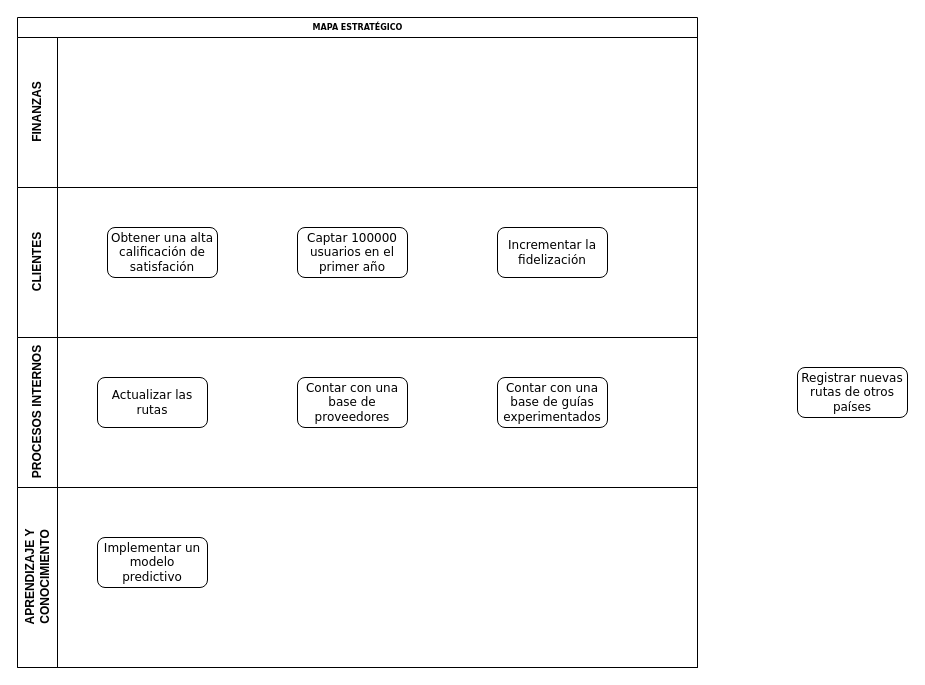
Earlier version of the draw.io diagram CMI.drawio (paulchicaiza/tics). Source tidied: cells renumbered, new cells numbered last; positions are measured from the earlier drawing's top-left corner, leaving out a move shared by most shapes. Both pictures are drawn from the tidied source at 100%, with x=0, y=0 at pixel (17, 17).
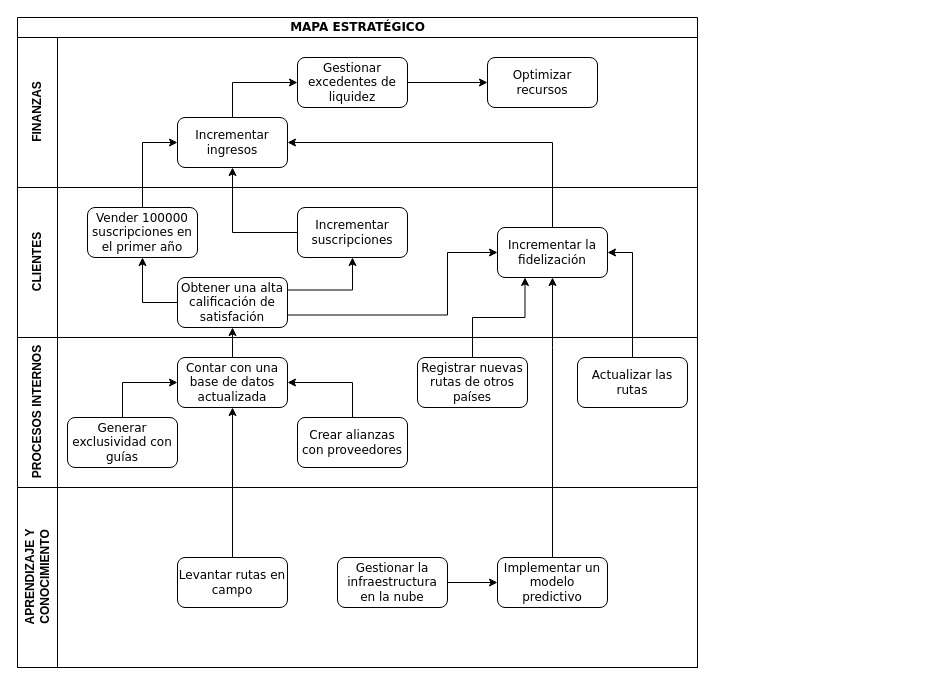
Above is the later version.

Unchanged cells that the change refers to:
```xml
<mxCell id="3" value="&lt;div&gt;FINANZAS&lt;/div&gt;" style="swimlane;html=1;startSize=40;horizontal=0;" parent="2" vertex="1">
  <mxGeometry y="20" width="680" height="150" as="geometry" />
</mxCell>
<mxCell id="4" value="CLIENTES" style="swimlane;html=1;startSize=40;horizontal=0;" parent="2" vertex="1">
  <mxGeometry y="170" width="680" height="150" as="geometry" />
</mxCell>
<mxCell id="8" value="PROCESOS INTERNOS" style="swimlane;html=1;startSize=40;horizontal=0;" parent="2" vertex="1">
  <mxGeometry y="320" width="680" height="150" as="geometry" />
</mxCell>
<mxCell id="12" value="&lt;div&gt;APRENDIZAJE Y &lt;br&gt;&lt;/div&gt;&lt;div&gt;CONOCIMIENTO&lt;/div&gt;" style="swimlane;html=1;startSize=40;horizontal=0;" parent="2" vertex="1">
  <mxGeometry y="470" width="680" height="180" as="geometry" />
</mxCell>
```

What changed in the source:
```diff
@@
-    <mxCell id="2" value="MAPA ESTRATÉGICO" style="swimlane;html=1;horizontal=1;startSize=20;rounded=0;shadow=0;labelBackgroundColor=none;strokeWidth=1;fontFamily=Verdana;fontSize=8;align=center;" parent="1" vertex="1">
+    <mxCell id="2" value="MAPA ESTRATÉGICO" style="swimlane;html=1;horizontal=1;startSize=20;rounded=0;shadow=0;labelBackgroundColor=none;strokeWidth=1;fontFamily=Verdana;fontSize=12;align=center;" parent="1" vertex="1">
       <mxGeometry width="680" height="650" as="geometry" />
     </mxCell>
@@
+    <mxCell id="15" value="Incrementar ingresos" style="rounded=1;whiteSpace=wrap;html=1;shadow=0;labelBackgroundColor=none;strokeWidth=1;fontFamily=Verdana;fontSize=12;align=center;" parent="3" vertex="1">
+      <mxGeometry x="160" y="80" width="110" height="50" as="geometry" />
+    </mxCell>
+    <mxCell id="16" style="edgeStyle=orthogonalEdgeStyle;rounded=0;jettySize=auto;html=1;" parent="3" edge="1" source="17" target="19">
+      <mxGeometry relative="1" as="geometry" />
+    </mxCell>
+    <mxCell id="17" value="Gestionar excedentes de liquidez" style="rounded=1;whiteSpace=wrap;html=1;shadow=0;labelBackgroundColor=none;strokeWidth=1;fontFamily=Verdana;fontSize=12;align=center;" parent="3" vertex="1">
+      <mxGeometry x="280" y="20" width="110" height="50" as="geometry" />
+    </mxCell>
+    <mxCell id="18" style="edgeStyle=orthogonalEdgeStyle;rounded=0;jettySize=auto;html=1;entryX=0;entryY=0.5;entryDx=0;entryDy=0;exitX=0.5;exitY=0;exitDx=0;exitDy=0;" parent="3" edge="1" source="15" target="17">
+      <mxGeometry relative="1" as="geometry" />
+    </mxCell>
+    <mxCell id="19" value="Optimizar recursos" style="rounded=1;whiteSpace=wrap;html=1;shadow=0;labelBackgroundColor=none;strokeWidth=1;fontFamily=Verdana;fontSize=12;align=center;" parent="3" vertex="1">
+      <mxGeometry x="470" y="20" width="110" height="50" as="geometry" />
+    </mxCell>
@@
+    <mxCell id="20" style="edgeStyle=orthogonalEdgeStyle;rounded=0;jettySize=auto;html=1;entryX=0.5;entryY=1;entryDx=0;entryDy=0;exitX=0;exitY=0.5;exitDx=0;exitDy=0;" parent="4" edge="1" source="5" target="23">
+      <mxGeometry relative="1" as="geometry" />
+    </mxCell>
+    <mxCell id="21" style="edgeStyle=orthogonalEdgeStyle;rounded=0;jettySize=auto;html=1;exitX=1;exitY=0.25;exitDx=0;exitDy=0;" parent="4" edge="1" source="5" target="6">
+      <mxGeometry relative="1" as="geometry" />
+    </mxCell>
+    <mxCell id="22" style="edgeStyle=orthogonalEdgeStyle;rounded=0;jettySize=auto;html=1;entryX=0;entryY=0.5;entryDx=0;entryDy=0;exitX=1;exitY=0.75;exitDx=0;exitDy=0;" parent="4" edge="1" source="5" target="7">
+      <mxGeometry relative="1" as="geometry">
+        <Array as="points">
+          <mxPoint x="430" y="128" />
+          <mxPoint x="430" y="65" />
+        </Array>
+      </mxGeometry>
+    </mxCell>
     <mxCell id="5" value="Obtener una alta calificación de satisfación" style="rounded=1;whiteSpace=wrap;html=1;shadow=0;labelBackgroundColor=none;strokeWidth=1;fontFamily=Verdana;fontSize=12;align=center;" parent="4" vertex="1">
-      <mxGeometry x="90" y="40" width="110" height="50" as="geometry" />
+      <mxGeometry x="160" y="90" width="110" height="50" as="geometry" />
     </mxCell>
+    <mxCell id="7" value="Incrementar la fidelización" style="rounded=1;whiteSpace=wrap;html=1;shadow=0;labelBackgroundColor=none;strokeWidth=1;fontFamily=Verdana;fontSize=12;align=center;" parent="4" vertex="1">
+      <mxGeometry x="480" y="40" width="110" height="50" as="geometry" />
+    </mxCell>
-    <mxCell id="6" value="Captar 100000 usuarios en el primer año" style="rounded=1;whiteSpace=wrap;html=1;shadow=0;labelBackgroundColor=none;strokeWidth=1;fontFamily=Verdana;fontSize=12;align=center;" parent="4" vertex="1">
-      <mxGeometry x="280" y="40" width="110" height="50" as="geometry" />
+    <mxCell id="6" value="Incrementar suscripciones" style="rounded=1;whiteSpace=wrap;html=1;shadow=0;labelBackgroundColor=none;strokeWidth=1;fontFamily=Verdana;fontSize=12;align=center;" parent="4" vertex="1">
+      <mxGeometry x="280" y="20" width="110" height="50" as="geometry" />
     </mxCell>
-    <mxCell id="7" value="Incrementar la fidelización" style="rounded=1;whiteSpace=wrap;html=1;shadow=0;labelBackgroundColor=none;strokeWidth=1;fontFamily=Verdana;fontSize=12;align=center;" parent="4" vertex="1">
-      <mxGeometry x="480" y="40" width="110" height="50" as="geometry" />
-    </mxCell>
+    <mxCell id="23" value="Vender 100000 suscripciones en el primer año" style="rounded=1;whiteSpace=wrap;html=1;shadow=0;labelBackgroundColor=none;strokeWidth=1;fontFamily=Verdana;fontSize=12;align=center;" parent="4" vertex="1">
+      <mxGeometry x="70" y="20" width="110" height="50" as="geometry" />
+    </mxCell>
@@
     <mxCell id="9" value="Actualizar las rutas" style="rounded=1;whiteSpace=wrap;html=1;shadow=0;labelBackgroundColor=none;strokeWidth=1;fontFamily=Verdana;fontSize=12;align=center;" parent="8" vertex="1">
-      <mxGeometry x="80" y="40" width="110" height="50" as="geometry" />
+      <mxGeometry x="560" y="20" width="110" height="50" as="geometry" />
     </mxCell>
-    <mxCell id="10" value="Contar con una base de proveedores" style="rounded=1;whiteSpace=wrap;html=1;shadow=0;labelBackgroundColor=none;strokeWidth=1;fontFamily=Verdana;fontSize=12;align=center;" parent="8" vertex="1">
-      <mxGeometry x="280" y="40" width="110" height="50" as="geometry" />
-    </mxCell>
-    <mxCell id="11" value="Contar con una base de guías experimentados" style="rounded=1;whiteSpace=wrap;html=1;shadow=0;labelBackgroundColor=none;strokeWidth=1;fontFamily=Verdana;fontSize=12;align=center;" parent="8" vertex="1">
-      <mxGeometry x="480" y="40" width="110" height="50" as="geometry" />
+    <mxCell id="11" value="Contar con una base de datos actualizada" style="rounded=1;whiteSpace=wrap;html=1;shadow=0;labelBackgroundColor=none;strokeWidth=1;fontFamily=Verdana;fontSize=12;align=center;" parent="8" vertex="1">
+      <mxGeometry x="160" y="20" width="110" height="50" as="geometry" />
     </mxCell>
+    <mxCell id="14" value="Registrar nuevas rutas de otros países" style="rounded=1;whiteSpace=wrap;html=1;shadow=0;labelBackgroundColor=none;strokeWidth=1;fontFamily=Verdana;fontSize=12;align=center;" parent="8" vertex="1">
+      <mxGeometry x="400" y="20" width="110" height="50" as="geometry" />
+    </mxCell>
+    <mxCell id="24" value="Generar exclusividad con guías " style="rounded=1;whiteSpace=wrap;html=1;shadow=0;labelBackgroundColor=none;strokeWidth=1;fontFamily=Verdana;fontSize=12;align=center;" parent="8" vertex="1">
+      <mxGeometry x="50" y="80" width="110" height="50" as="geometry" />
+    </mxCell>
+    <mxCell id="25" style="edgeStyle=orthogonalEdgeStyle;rounded=0;jettySize=auto;html=1;entryX=0;entryY=0.5;entryDx=0;entryDy=0;exitX=0.5;exitY=0;exitDx=0;exitDy=0;" parent="8" edge="1" source="24" target="11">
+      <mxGeometry relative="1" as="geometry" />
+    </mxCell>
+    <mxCell id="26" style="edgeStyle=orthogonalEdgeStyle;rounded=0;jettySize=auto;html=1;entryX=1;entryY=0.5;entryDx=0;entryDy=0;exitX=0.5;exitY=0;exitDx=0;exitDy=0;" parent="8" edge="1" source="27" target="11">
+      <mxGeometry relative="1" as="geometry" />
+    </mxCell>
+    <mxCell id="27" value="Crear alianzas con proveedores" style="rounded=1;whiteSpace=wrap;html=1;shadow=0;labelBackgroundColor=none;strokeWidth=1;fontFamily=Verdana;fontSize=12;align=center;" parent="8" vertex="1">
+      <mxGeometry x="280" y="80" width="110" height="50" as="geometry" />
+    </mxCell>
@@
     <mxCell id="13" value="Implementar un modelo predictivo" style="rounded=1;whiteSpace=wrap;html=1;shadow=0;labelBackgroundColor=none;strokeWidth=1;fontFamily=Verdana;fontSize=12;align=center;" parent="12" vertex="1">
-      <mxGeometry x="80" y="50" width="110" height="50" as="geometry" />
+      <mxGeometry x="480" y="70" width="110" height="50" as="geometry" />
     </mxCell>
-    <mxCell id="14" value="Registrar nuevas rutas de otros países" style="rounded=1;whiteSpace=wrap;html=1;shadow=0;labelBackgroundColor=none;strokeWidth=1;fontFamily=Verdana;fontSize=12;align=center;" parent="1" vertex="1">
-      <mxGeometry x="780" y="350" width="110" height="50" as="geometry" />
-    </mxCell>
+    <mxCell id="28" value="Levantar rutas en campo" style="rounded=1;whiteSpace=wrap;html=1;shadow=0;labelBackgroundColor=none;strokeWidth=1;fontFamily=Verdana;fontSize=12;align=center;" parent="12" vertex="1">
+      <mxGeometry x="160" y="70" width="110" height="50" as="geometry" />
+    </mxCell>
+    <mxCell id="29" style="edgeStyle=orthogonalEdgeStyle;rounded=0;jettySize=auto;html=1;entryX=0;entryY=0.5;entryDx=0;entryDy=0;" parent="12" edge="1" source="30" target="13">
+      <mxGeometry relative="1" as="geometry" />
+    </mxCell>
+    <mxCell id="30" value="Gestionar la infraestructura en la nube" style="rounded=1;whiteSpace=wrap;html=1;shadow=0;labelBackgroundColor=none;strokeWidth=1;fontFamily=Verdana;fontSize=12;align=center;" parent="12" vertex="1">
+      <mxGeometry x="320" y="70" width="110" height="50" as="geometry" />
+    </mxCell>
+    <mxCell id="31" style="edgeStyle=orthogonalEdgeStyle;rounded=0;jettySize=auto;html=1;entryX=0.5;entryY=1;entryDx=0;entryDy=0;" parent="2" edge="1" source="13" target="7">
+      <mxGeometry relative="1" as="geometry">
+        <Array as="points">
+          <mxPoint x="535" y="330" />
+          <mxPoint x="535" y="330" />
+        </Array>
+      </mxGeometry>
+    </mxCell>
+    <mxCell id="32" style="edgeStyle=orthogonalEdgeStyle;rounded=0;jettySize=auto;html=1;entryX=1;entryY=0.5;entryDx=0;entryDy=0;" parent="2" edge="1" source="9" target="7">
+      <mxGeometry relative="1" as="geometry" />
+    </mxCell>
+    <mxCell id="33" style="edgeStyle=orthogonalEdgeStyle;rounded=0;jettySize=auto;html=1;entryX=0.5;entryY=1;entryDx=0;entryDy=0;" parent="2" edge="1" source="11" target="5">
+      <mxGeometry relative="1" as="geometry" />
+    </mxCell>
+    <mxCell id="34" style="edgeStyle=orthogonalEdgeStyle;rounded=0;jettySize=auto;html=1;entryX=0.25;entryY=1;entryDx=0;entryDy=0;" parent="2" edge="1" source="14" target="7">
+      <mxGeometry relative="1" as="geometry" />
+    </mxCell>
+    <mxCell id="35" style="edgeStyle=orthogonalEdgeStyle;rounded=0;jettySize=auto;html=1;entryX=0;entryY=0.5;entryDx=0;entryDy=0;" parent="2" edge="1" source="23" target="15">
+      <mxGeometry relative="1" as="geometry" />
+    </mxCell>
+    <mxCell id="36" style="edgeStyle=orthogonalEdgeStyle;rounded=0;jettySize=auto;html=1;entryX=0.5;entryY=1;entryDx=0;entryDy=0;" parent="2" edge="1" source="6" target="15">
+      <mxGeometry relative="1" as="geometry" />
+    </mxCell>
+    <mxCell id="37" style="edgeStyle=orthogonalEdgeStyle;rounded=0;jettySize=auto;html=1;entryX=1;entryY=0.5;entryDx=0;entryDy=0;exitX=0.5;exitY=0;exitDx=0;exitDy=0;" parent="2" edge="1" source="7" target="15">
+      <mxGeometry relative="1" as="geometry" />
+    </mxCell>
+    <mxCell id="38" style="edgeStyle=orthogonalEdgeStyle;rounded=0;jettySize=auto;html=1;entryX=0.5;entryY=1;entryDx=0;entryDy=0;" parent="2" edge="1" source="28" target="11">
+      <mxGeometry relative="1" as="geometry" />
+    </mxCell>
```
